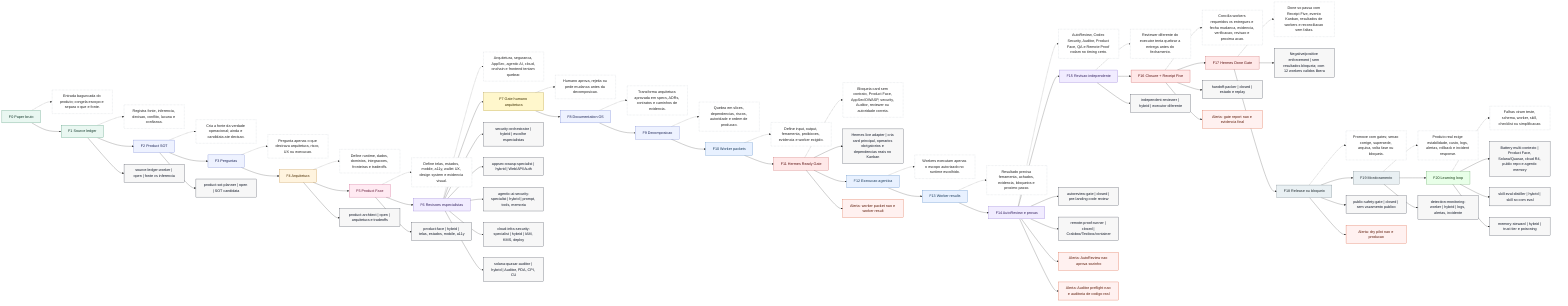
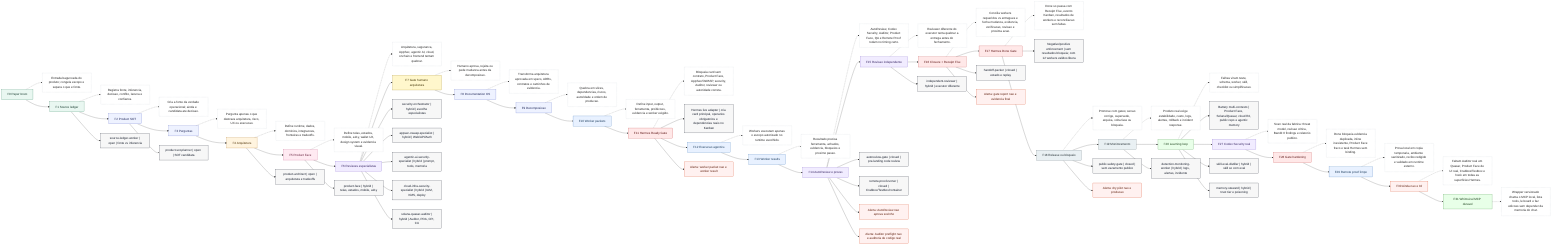
flowchart LR
  F0["F0 Paper bruto"]:::source
  F0D["Entrada baguncada do produto; congela escopo e separa o que e fonte."]:::desc
  F0 -.-> F0D
  F0 --> F1

  F1["F1 Source ledger"]:::source
  F1D["Registra fonte, inferencia, decisao, conflito, lacuna e confianca."]:::desc
  F1 -.-> F1D
  F1 --> F2

  F2["F2 Product SOT"]:::planning
  F2D["Cria a fonte da verdade operacional; ainda e candidata ate decisao."]:::desc
  F2 -.-> F2D
  F2 --> F3

  F3["F3 Perguntas"]:::planning
  F3D["Pergunta apenas o que destrava arquitetura, risco, UX ou execucao."]:::desc
  F3 -.-> F3D
  F3 --> F4

  F4["F4 Arquitetura"]:::architecture
  F4D["Define runtime, dados, dominios, integracoes, fronteiras e tradeoffs."]:::desc
  F4 -.-> F4D
  F4 --> F5

  F5["F5 Product Face"]:::face
  F5D["Define telas, estados, mobile, a11y, wallet UX, design system e evidencia visual."]:::desc
  F5 -.-> F5D
  F5 --> F6

  F6["F6 Revisoes especialistas"]:::review
  F6D["Arquitetura, seguranca, AppSec, agentic AI, cloud, onchain e frontend tentam quebrar."]:::desc
  F6 -.-> F6D
  F6 --> F7

  F7["F7 Gate humano arquitetura"]:::human
  F7D["Humano aprova, rejeita ou pede mudanca antes da decomposicao."]:::desc
  F7 -.-> F7D
  F7 --> F8

  F8["F8 Documentation OS"]:::planning
  F8D["Transforma arquitetura aprovada em specs, ADRs, contratos e caminhos de evidencia."]:::desc
  F8 -.-> F8D
  F8 --> F9

  F9["F9 Decomposicao"]:::planning
  F9D["Quebra em slices, dependencias, riscos, autoridade e ordem de producao."]:::desc
  F9 -.-> F9D
  F9 --> F10

  F10["F10 Worker packets"]:::execution
  F10D["Define input, output, ferramenta, proibicoes, evidencia e worker exigido."]:::desc
  F10 -.-> F10D
  F10 --> F11

  F11["F11 Hermes Ready Gate"]:::gate
  F11D["Bloqueia card sem contrato, Product Face, AppSec/OWASP, security, Auditor, reviewer ou autoridade correta."]:::desc
  F11 -.-> F11D
  F11 --> H1["Hermes live adapter | cria card principal, operarios obrigatorios e dependencias reais no Kanban"]:::worker
  F11 --> F12

  F12["F12 Execucao agentica"]:::execution
  F12D["Workers executam apenas o escopo autorizado no runtime escolhido."]:::desc
  F12 -.-> F12D
  F12 --> F13

  F13["F13 Worker results"]:::execution
  F13D["Resultado precisa ferramenta, achados, evidencia, bloqueios e proximo passo."]:::desc
  F13 -.-> F13D
  F13 --> F14

  F14["F14 AutoReview e provas"]:::review
  F14D["AutoReview, Codex Security, Auditor, Product Face, QA e Remote Proof rodam no timing certo."]:::desc
  F14 -.-> F14D
  F14 --> F15

  F15["F15 Revisao independente"]:::review
  F15D["Reviewer diferente do executor tenta quebrar a entrega antes do fechamento."]:::desc
  F15 -.-> F15D
  F15 --> F16

  F16["F16 Closure + Receipt Five"]:::gate
  F16D["Concilia workers requeridos vs entregues e fecha mudanca, evidencia, verificacao, revisao e proxima acao."]:::desc
  F16 -.-> F16D
  F16 --> F17

  F17["F17 Hermes Done Gate"]:::gate
  F17D["Done so passa com Receipt Five, evento Kanban, resultados de workers e reconciliacao sem faltas."]:::desc
  F17 -.-> F17D
  F17 --> H2["Negative/positive enforcement | sem resultados bloqueia; com 12 workers validos libera"]:::worker
  F17 --> F18

  F18["F18 Release ou bloqueio"]:::release
  F18D["Promove com gates; senao corrige, supersede, arquiva, volta fase ou bloqueia."]:::desc
  F18 -.-> F18D
  F18 --> F19

  F19["F19 Monitoramento"]:::release
  F19D["Produto real exige estabilidade, custo, logs, alertas, rollback e incident response."]:::desc
  F19 -.-> F19D
  F19 --> F20

  F20["F20 Learning loop"]:::learning
  F20D["Falhas viram teste, schema, worker, skill, checklist ou simplificacao."]:::desc
  F20 -.-> F20D
  F20 --> H3["Battery multi-contexto | Product Face, Solana/Quasar, cloud R4, public repo e agentic memory"]:::worker
+   F20 --> F27
+ 
+   F27["F27 Codex Security real"]:::review
+   F27D["Scan real da fabrica: threat model, revisao critica, Bandit 0 findings e relatorio publico."]:::desc
+   F27 -.-> F27D
+   F27 --> F28
+ 
+   F28["F28 Gate hardening"]:::gate
+   F28D["Done bloqueia evidencia duplicada, inline inexistente, Product Face fraco e task Hermes sem binding."]:::desc
+   F28 -.-> F28D
+   F28 --> F29
+ 
+   F29["F29 Remote proof limpo"]:::execution
+   F29D["Prova local em copia temporaria, ambiente sanitizado, recibo redigido e validado em runtime externo."]:::desc
+   F29 -.-> F29D
+   F29 --> F30
+ 
+   F30["F30 Ainda nao e 10"]:::alert
+   F30D["Faltam Auditor real em Quasar, Product Face de UI real, Crabbox/Testbox e hook em todas as superficies Hermes."]:::desc
+   F30 -.-> F30D
+   F30 --> F31
+ 
+   F31["F31 Whimsical MCP duravel"]:::learning
+   F31D["Wrapper versionado chama o MCP local, lista tools, le board e faz edicoes sem depender da memoria do chat."]:::desc
+   F31 -.-> F31D

  F1 --> W1["source-ledger-worker | open | fonte vs inferencia"]:::worker
  F2 --> W2["product-sot-planner | open | SOT candidata"]:::worker
  F4 --> W3["product-architect | open | arquitetura e tradeoffs"]:::worker
  F5 --> W4["product-face | hybrid | telas, estados, mobile, a11y"]:::worker
  F6 --> W5["security-orchestrator | hybrid | escolhe especialistas"]:::worker
  F6 --> W6["appsec-owasp-specialist | hybrid | Web/API/Auth"]:::worker
  F6 --> W7["agentic-ai-security-specialist | hybrid | prompt, tools, memoria"]:::worker
  F6 --> W8["cloud-infra-security-specialist | hybrid | IAM, KMS, deploy"]:::worker
  F6 --> W9["solana-quasar-auditor | hybrid | Auditor, PDA, CPI, CU"]:::worker
  F14 --> W10["autoreview-gate | closed | pre-landing code review"]:::worker
  F14 --> W11["remote-proof-runner | closed | Crabbox/Testbox/container"]:::worker
  F15 --> W12["independent-reviewer | hybrid | executor diferente"]:::worker
  F16 --> W13["handoff-packer | closed | estado e replay"]:::worker
  F18 --> W14["public-safety-gate | closed | sem vazamento publico"]:::worker
  F19 --> W15["detection-monitoring-worker | hybrid | logs, alertas, incidente"]:::worker
  F20 --> W16["skill-eval-distiller | hybrid | skill so com eval"]:::worker
  F20 --> W17["memory-steward | hybrid | trust tier e poisoning"]:::worker

  F11 --> A1["Alerta: worker packet nao e worker result"]:::alert
  F16 --> A2["Alerta: gate report nao e evidencia final"]:::alert
  F14 --> A3["Alerta: AutoReview nao aprova sozinho"]:::alert
  F14 --> A4["Alerta: Auditor preflight nao e auditoria de codigo real"]:::alert
  F18 --> A5["Alerta: dry pilot nao e producao"]:::alert

  classDef source fill:#e9f7f1,stroke:#217a54,color:#12372a;
  classDef planning fill:#eef2ff,stroke:#4f63c6,color:#1c2455;
  classDef architecture fill:#fff4df,stroke:#b36b00,color:#4a2d00;
  classDef face fill:#ffeaf2,stroke:#c23b72,color:#5f1735;
  classDef review fill:#f1ecff,stroke:#7656c9,color:#33215f;
  classDef human fill:#fff7cc,stroke:#9b7a00,color:#3d3000;
  classDef execution fill:#e8f1ff,stroke:#2e6db5,color:#173858;
  classDef gate fill:#ffe8e8,stroke:#bf3434,color:#5a1111;
  classDef release fill:#e9f0f3,stroke:#51626b,color:#202b30;
  classDef learning fill:#e8ffe8,stroke:#3b8b3b,color:#173d17;
  classDef desc fill:#ffffff,stroke:#aab3bd,color:#222222,stroke-dasharray: 3 3;
  classDef worker fill:#f7f7f7,stroke:#111827,color:#111827;
  classDef alert fill:#fff1f0,stroke:#d4380d,color:#5c1a08;
